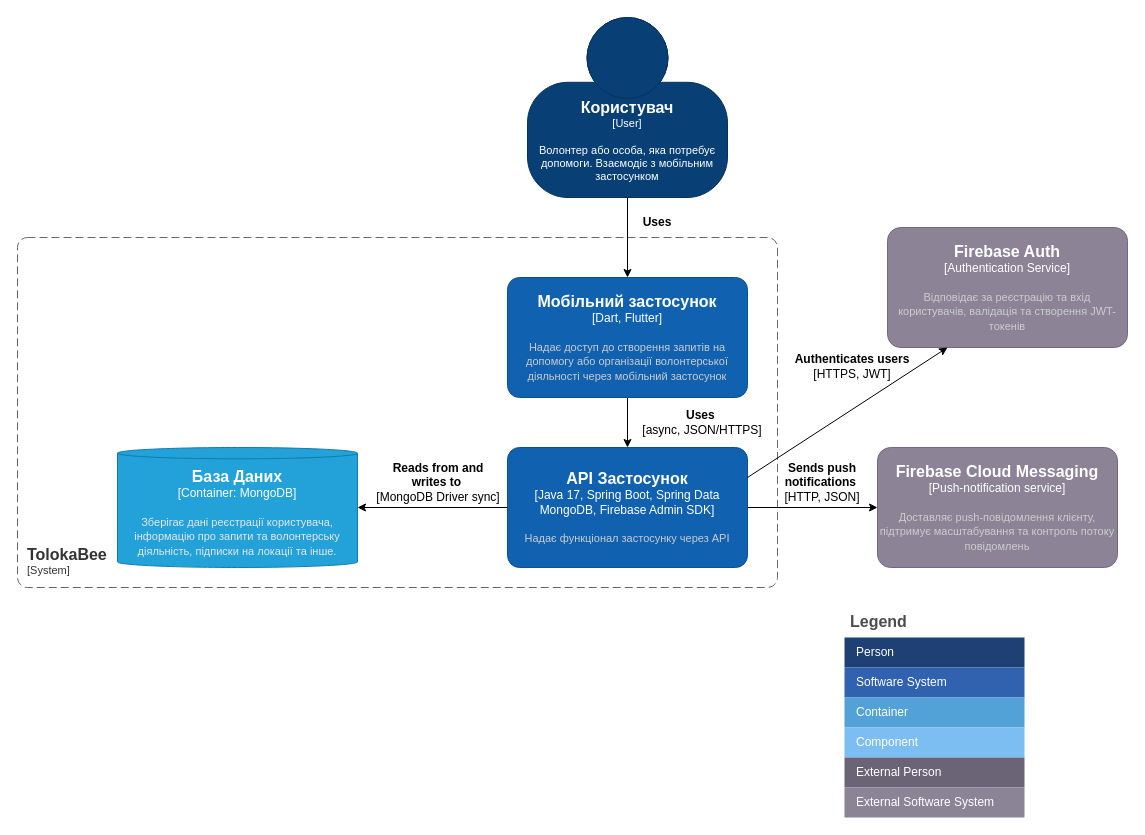
Before: Untitled Diagram.drawio in valeriiaradzivilo/drawio_repository, a draw.io diagram. Source tidied: cells renumbered, new cells numbered last; positions are measured from the earlier drawing's top-left corner, leaving out a move shared by most shapes. Both pictures are drawn from the tidied source at 100%, with x=0, y=0 at pixel (17, 17).
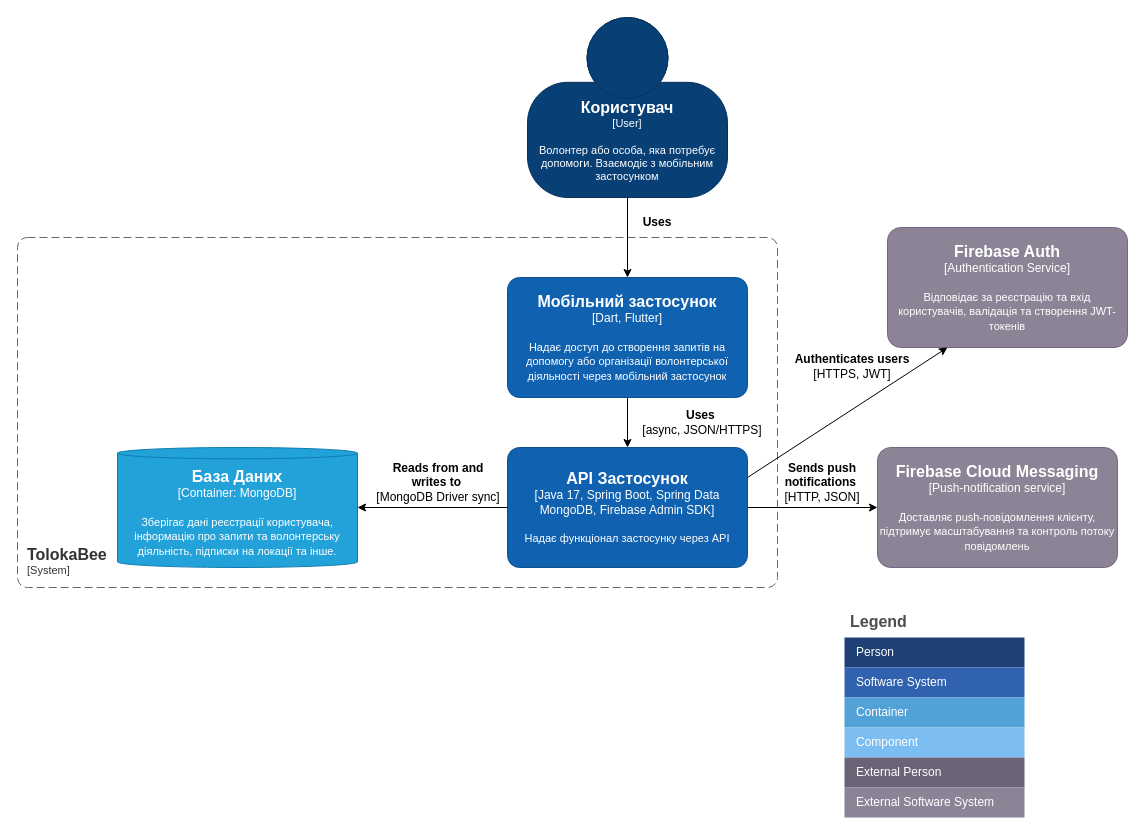
After the change.

What changed in the source:
```diff
@@
-    <object id="5" label="&lt;font style=&quot;font-size: 16px&quot;&gt;&lt;b&gt;%c4Name%&lt;/b&gt;&lt;/font&gt;&lt;div&gt;[%c4Type%]&lt;/div&gt;&lt;br&gt;&lt;div&gt;&lt;font style=&quot;font-size: 11px&quot;&gt;&lt;font color=&quot;#cccccc&quot;&gt;%c4Description%&lt;/font&gt;&lt;/div&gt;" c4Description="Надає доступ до створення запитів на допомогу або організації волонтерської діяльності через мобільний застосунок" c4Name="Мобільний застосунок" c4Type="Dart, Flutter" placeholders="1">
+    <object id="5" label="&lt;font style=&quot;font-size: 16px&quot;&gt;&lt;b&gt;%c4Name%&lt;/b&gt;&lt;/font&gt;&lt;div&gt;[%c4Type%]&lt;/div&gt;&lt;br&gt;&lt;div&gt;&lt;font style=&quot;font-size: 11px&quot;&gt;&lt;font color=&quot;#ffffff&quot;&gt;%c4Description%&lt;/font&gt;&lt;/div&gt;" c4Description="Надає доступ до створення запитів на допомогу або організації волонтерської діяльності через мобільний застосунок" c4Name="Мобільний застосунок" c4Type="Dart, Flutter" placeholders="1">
       <mxCell style="rounded=1;whiteSpace=wrap;html=1;labelBackgroundColor=none;fillColor=#1061B0;fontColor=#ffffff;align=center;arcSize=10;strokeColor=#0D5091;points=[[0.25,0,0],[0.5,0,0],[0.75,0,0],[1,0.25,0],[1,0.5,0],[1,0.75,0],[0.75,1,0],[0.5,1,0],[0.25,1,0],[0,0.75,0],[0,0.5,0],[0,0.25,0]];" parent="1" vertex="1">
         <mxGeometry x="490" y="260" width="240" height="120" as="geometry" />
       </mxCell>
     </object>
@@
-    <object id="8" label="&lt;font style=&quot;font-size: 16px&quot;&gt;&lt;b&gt;%c4Name%&lt;/b&gt;&lt;/font&gt;&lt;div&gt;[%c4Type%]&lt;/div&gt;&lt;br&gt;&lt;div&gt;&lt;font style=&quot;font-size: 11px&quot;&gt;&lt;font color=&quot;#cccccc&quot;&gt;%c4Description%&lt;/font&gt;&lt;/div&gt;" c4Description="Надає функціонал застосунку через API" c4Name="API Застосунок" c4Type="Java 17, Spring Boot, Spring Data MongoDB, Firebase Admin SDK" placeholders="1">
+    <object id="8" label="&lt;font style=&quot;font-size: 16px&quot;&gt;&lt;b&gt;%c4Name%&lt;/b&gt;&lt;/font&gt;&lt;div&gt;[%c4Type%]&lt;/div&gt;&lt;br&gt;&lt;div&gt;&lt;font style=&quot;font-size: 11px&quot;&gt;&lt;font color=&quot;#ffffff&quot;&gt;%c4Description%&lt;/font&gt;&lt;/div&gt;" c4Description="Надає функціонал застосунку через API" c4Name="API Застосунок" c4Type="Java 17, Spring Boot, Spring Data MongoDB, Firebase Admin SDK" placeholders="1">
       <mxCell style="rounded=1;whiteSpace=wrap;html=1;labelBackgroundColor=none;fillColor=#1061B0;fontColor=#ffffff;align=center;arcSize=10;strokeColor=#0D5091;points=[[0.25,0,0],[0.5,0,0],[0.75,0,0],[1,0.25,0],[1,0.5,0],[1,0.75,0],[0.75,1,0],[0.5,1,0],[0.25,1,0],[0,0.75,0],[0,0.5,0],[0,0.25,0]];" parent="1" vertex="1">
         <mxGeometry x="490" y="430" width="240" height="120" as="geometry" />
       </mxCell>
     </object>
@@
-    <object id="10" label="&lt;font style=&quot;font-size: 16px&quot;&gt;&lt;b&gt;%c4Name%&lt;/b&gt;&lt;/font&gt;&lt;div&gt;[%c4Type%:&amp;nbsp;%c4Technology%]&lt;/div&gt;&lt;br&gt;&lt;div&gt;&lt;font style=&quot;font-size: 11px&quot;&gt;&lt;font color=&quot;#E6E6E6&quot;&gt;%c4Description%&lt;/font&gt;&lt;/div&gt;" c4Description="Зберігає дані реєстрації користувача, інформацію про запити та волонтерську діяльність, підписки на локації та інше." c4Name="База Даних" c4Technology="MongoDB" c4Type="Container" placeholders="1">
+    <object id="10" label="&lt;font style=&quot;font-size: 16px&quot;&gt;&lt;b&gt;%c4Name%&lt;/b&gt;&lt;/font&gt;&lt;div&gt;[%c4Type%:&amp;nbsp;%c4Technology%]&lt;/div&gt;&lt;br&gt;&lt;div&gt;&lt;font style=&quot;font-size: 11px&quot;&gt;&lt;font color=&quot;#ffffff&quot;&gt;%c4Description%&lt;/font&gt;&lt;/div&gt;" c4Description="Зберігає дані реєстрації користувача, інформацію про запити та волонтерську діяльність, підписки на локації та інше." c4Name="База Даних" c4Technology="MongoDB" c4Type="Container" placeholders="1">
       <mxCell style="shape=cylinder3;size=5.666666666666686;whiteSpace=wrap;html=1;boundedLbl=1;rounded=0;labelBackgroundColor=none;fillColor=#23A2D9;fontSize=12;fontColor=#ffffff;align=center;strokeColor=#0E7DAD;points=[[0.5,0,0],[1,0.25,0],[1,0.5,0],[1,0.75,0],[0.5,1,0],[0,0.75,0],[0,0.5,0],[0,0.25,0]];" parent="1" vertex="1">
         <mxGeometry x="100" y="430" width="240" height="120" as="geometry" />
       </mxCell>
     </object>
@@
-    <object id="13" label="&lt;font style=&quot;font-size: 16px&quot;&gt;&lt;b&gt;%c4Name%&lt;/b&gt;&lt;/font&gt;&lt;div&gt;[%c4Type%]&lt;/div&gt;&lt;br&gt;&lt;div&gt;&lt;font style=&quot;font-size: 11px&quot;&gt;&lt;font color=&quot;#cccccc&quot;&gt;%c4Description%&lt;/font&gt;&lt;/div&gt;" c4Description="Відповідає за реєстрацію та вхід користувачів, валідація та створення JWT-токенів" c4Name="Firebase Auth" c4Type="Authentication Service" placeholders="1">
+    <object id="13" label="&lt;font style=&quot;font-size: 16px&quot;&gt;&lt;b&gt;%c4Name%&lt;/b&gt;&lt;/font&gt;&lt;div&gt;[%c4Type%]&lt;/div&gt;&lt;br&gt;&lt;div&gt;&lt;font style=&quot;font-size: 11px&quot;&gt;&lt;font color=&quot;#ffffff&quot;&gt;%c4Description%&lt;/font&gt;&lt;/div&gt;" c4Description="Відповідає за реєстрацію та вхід користувачів, валідація та створення JWT-токенів" c4Name="Firebase Auth" c4Type="Authentication Service" placeholders="1">
       <mxCell style="rounded=1;whiteSpace=wrap;html=1;labelBackgroundColor=none;fillColor=#8C8496;fontColor=#ffffff;align=center;arcSize=11;strokeColor=#736782;points=[[0.25,0,0],[0.5,0,0],[0.75,0,0],[1,0.25,0],[1,0.5,0],[1,0.75,0],[0.75,1,0],[0.5,1,0],[0.25,1,0],[0,0.75,0],[0,0.5,0],[0,0.25,0]];" parent="1" vertex="1">
         <mxGeometry x="870" y="210" width="240" height="120" as="geometry" />
       </mxCell>
     </object>
-    <object id="14" label="&lt;font style=&quot;font-size: 16px&quot;&gt;&lt;b&gt;%c4Name%&lt;/b&gt;&lt;/font&gt;&lt;div&gt;[%c4Type%]&lt;/div&gt;&lt;br&gt;&lt;div&gt;&lt;font style=&quot;font-size: 11px&quot;&gt;&lt;font color=&quot;#cccccc&quot;&gt;%c4Description%&lt;/font&gt;&lt;/div&gt;" c4Description="Доставляє push-повідомлення клієнту, підтримує масштабування та контроль потоку повідомлень" c4Name="Firebase Cloud Messaging" c4Type="Push-notification service" placeholders="1">
+    <object id="14" label="&lt;font style=&quot;font-size: 16px&quot;&gt;&lt;b&gt;%c4Name%&lt;/b&gt;&lt;/font&gt;&lt;div&gt;[%c4Type%]&lt;/div&gt;&lt;br&gt;&lt;div&gt;&lt;font style=&quot;font-size: 11px&quot;&gt;&lt;font color=&quot;#ffffff&quot;&gt;%c4Description%&lt;/font&gt;&lt;/div&gt;" c4Description="Доставляє push-повідомлення клієнту, підтримує масштабування та контроль потоку повідомлень" c4Name="Firebase Cloud Messaging" c4Type="Push-notification service" placeholders="1">
       <mxCell style="rounded=1;whiteSpace=wrap;html=1;labelBackgroundColor=none;fillColor=#8C8496;fontColor=#ffffff;align=center;arcSize=11;strokeColor=#736782;points=[[0.25,0,0],[0.5,0,0],[0.75,0,0],[1,0.25,0],[1,0.5,0],[1,0.75,0],[0.75,1,0],[0.5,1,0],[0.25,1,0],[0,0.75,0],[0,0.5,0],[0,0.25,0]];" parent="1" vertex="1">
         <mxGeometry x="860" y="430" width="240" height="120" as="geometry" />
       </mxCell>
     </object>
```
